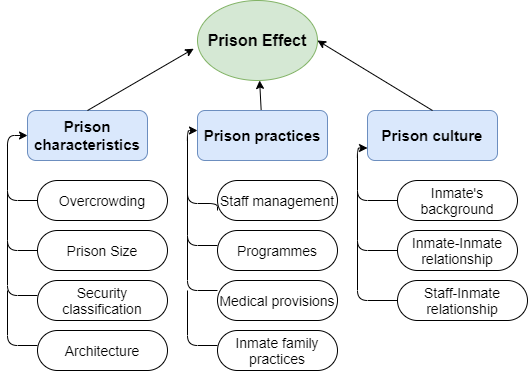
This is figures/prison effect.png from A-mora/Crim-chile, a draw.io export, as it was before one commit. Source tidied: cells renumbered, new cells last; positions are measured from the earlier drawing's top-left corner, leaving out a move shared by most shapes. Its diagram source:
```xml
<mxGraphModel>
  <root>
    <mxCell id="0" />
    <mxCell id="1" parent="0" />
    <mxCell id="2" value="&lt;b&gt;&lt;font style=&quot;font-size: 16px&quot;&gt;Prison Effect&lt;/font&gt;&lt;/b&gt;" style="ellipse;whiteSpace=wrap;html=1;fillColor=#d5e8d4;strokeColor=#82b366;" parent="1" vertex="1">
      <mxGeometry x="190" width="120" height="80" as="geometry" />
    </mxCell>
    <mxCell id="3" value="&lt;b&gt;&lt;font style=&quot;font-size: 15px&quot;&gt;Prison characteristics&lt;/font&gt;&lt;/b&gt;" style="rounded=1;whiteSpace=wrap;html=1;arcSize=17;fillColor=#dae8fc;strokeColor=#6c8ebf;" parent="1" vertex="1">
      <mxGeometry x="20" y="110" width="120" height="50" as="geometry" />
    </mxCell>
    <mxCell id="4" style="edgeStyle=none;rounded=0;jettySize=auto;html=1;" parent="1" edge="1" source="5" target="2">
      <mxGeometry relative="1" as="geometry" />
    </mxCell>
    <mxCell id="5" value="&lt;b&gt;&lt;font style=&quot;font-size: 15px&quot;&gt;Prison practices&lt;/font&gt;&lt;/b&gt;" style="rounded=1;whiteSpace=wrap;html=1;fillColor=#dae8fc;strokeColor=#6c8ebf;" parent="1" vertex="1">
      <mxGeometry x="190" y="110" width="130" height="50" as="geometry" />
    </mxCell>
    <mxCell id="6" value="&lt;b&gt;&lt;font style=&quot;font-size: 15px&quot;&gt;Prison culture&lt;/font&gt;&lt;/b&gt;" style="rounded=1;whiteSpace=wrap;html=1;fillColor=#dae8fc;strokeColor=#6c8ebf;" parent="1" vertex="1">
      <mxGeometry x="360" y="110" width="130" height="50" as="geometry" />
    </mxCell>
    <mxCell id="7" style="endArrow=classic;html=1;exitX=0.5;exitY=0;exitDx=0;exitDy=0;entryX=-0.032;entryY=0.603;entryDx=0;entryDy=0;entryPerimeter=0;" parent="1" edge="1" source="3" target="2">
      <mxGeometry relative="1" as="geometry" />
    </mxCell>
    <mxCell id="8" style="endArrow=classic;html=1;exitX=0.5;exitY=0;exitDx=0;exitDy=0;entryX=1;entryY=0.5;entryDx=0;entryDy=0;" parent="1" edge="1" source="6" target="2">
      <mxGeometry relative="1" as="geometry" />
    </mxCell>
    <mxCell id="9" value="&lt;font style=&quot;font-size: 14px&quot;&gt;Security classification&lt;/font&gt;" style="rounded=1;whiteSpace=wrap;html=1;arcSize=50;" parent="1" vertex="1">
      <mxGeometry x="30" y="280" width="130" height="40" as="geometry" />
    </mxCell>
    <mxCell id="10" style="edgeStyle=orthogonalEdgeStyle;rounded=1;jettySize=auto;html=1;exitX=0;exitY=0.5;exitDx=0;exitDy=0;entryX=0;entryY=0.5;entryDx=0;entryDy=0;" parent="1" edge="1" source="11" target="3">
      <mxGeometry relative="1" as="geometry" />
    </mxCell>
    <mxCell id="11" value="&lt;font style=&quot;font-size: 14px&quot;&gt;Overcrowding&lt;/font&gt;" style="rounded=1;whiteSpace=wrap;html=1;arcSize=50;" parent="1" vertex="1">
      <mxGeometry x="30" y="180" width="130" height="40" as="geometry" />
    </mxCell>
    <mxCell id="12" value="&lt;font style=&quot;font-size: 14px&quot;&gt;Prison Size&lt;/font&gt;" style="rounded=1;whiteSpace=wrap;html=1;arcSize=50;" parent="1" vertex="1">
      <mxGeometry x="30" y="230" width="130" height="40" as="geometry" />
    </mxCell>
    <mxCell id="13" value="&lt;font style=&quot;font-size: 14px&quot;&gt;Architecture&lt;/font&gt;" style="rounded=1;whiteSpace=wrap;html=1;arcSize=50;" parent="1" vertex="1">
      <mxGeometry x="30" y="330" width="130" height="40" as="geometry" />
    </mxCell>
    <mxCell id="14" value="&lt;font style=&quot;font-size: 14px&quot;&gt;Staff management&lt;/font&gt;" style="rounded=1;whiteSpace=wrap;html=1;arcSize=50;" parent="1" vertex="1">
      <mxGeometry x="210" y="180" width="120" height="40" as="geometry" />
    </mxCell>
    <mxCell id="15" value="&lt;font style=&quot;font-size: 14px&quot;&gt;Programmes&lt;/font&gt;" style="rounded=1;whiteSpace=wrap;html=1;arcSize=50;" parent="1" vertex="1">
      <mxGeometry x="210" y="230" width="120" height="40" as="geometry" />
    </mxCell>
    <mxCell id="16" value="&lt;font style=&quot;font-size: 14px&quot;&gt;Medical provisions&lt;/font&gt;" style="rounded=1;whiteSpace=wrap;html=1;arcSize=50;" parent="1" vertex="1">
      <mxGeometry x="210" y="280" width="120" height="40" as="geometry" />
    </mxCell>
    <mxCell id="17" value="&lt;font style=&quot;font-size: 14px&quot;&gt;Inmate family practices&lt;/font&gt;" style="rounded=1;whiteSpace=wrap;html=1;arcSize=50;" parent="1" vertex="1">
      <mxGeometry x="210" y="330" width="120" height="40" as="geometry" />
    </mxCell>
    <mxCell id="18" value="&lt;font style=&quot;font-size: 14px&quot;&gt;Inmate's background&lt;/font&gt;" style="rounded=1;whiteSpace=wrap;html=1;arcSize=50;" parent="1" vertex="1">
      <mxGeometry x="390" y="180" width="120" height="40" as="geometry" />
    </mxCell>
    <mxCell id="19" value="&lt;font style=&quot;font-size: 14px&quot;&gt;Inmate-Inmate relationship&lt;/font&gt;" style="rounded=1;whiteSpace=wrap;html=1;arcSize=50;" parent="1" vertex="1">
      <mxGeometry x="390" y="230" width="120" height="40" as="geometry" />
    </mxCell>
    <mxCell id="20" value="&lt;font style=&quot;font-size: 14px&quot;&gt;Staff-Inmate relationship&lt;/font&gt;" style="rounded=1;whiteSpace=wrap;html=1;arcSize=50;" parent="1" vertex="1">
      <mxGeometry x="390" y="280" width="130" height="40" as="geometry" />
    </mxCell>
    <mxCell id="21" style="endArrow=none;html=1;edgeStyle=orthogonalEdgeStyle;exitX=0;exitY=0.5;exitDx=0;exitDy=0;rounded=1;" parent="1" edge="1" source="12">
      <mxGeometry relative="1" as="geometry">
        <mxPoint y="190" as="targetPoint" />
      </mxGeometry>
    </mxCell>
    <mxCell id="22" style="endArrow=classic;html=1;exitX=0;exitY=0.75;exitDx=0;exitDy=0;edgeStyle=orthogonalEdgeStyle;" parent="1" edge="1" source="14">
      <mxGeometry relative="1" as="geometry">
        <mxPoint x="190" y="130" as="targetPoint" />
        <Array as="points">
          <mxPoint x="180" y="203" />
          <mxPoint x="180" y="130" />
        </Array>
      </mxGeometry>
    </mxCell>
    <mxCell id="23" style="endArrow=none;html=1;edgeStyle=orthogonalEdgeStyle;exitX=0;exitY=0.5;exitDx=0;exitDy=0;rounded=1;" parent="1" edge="1">
      <mxGeometry relative="1" as="geometry">
        <mxPoint x="30" y="295" as="sourcePoint" />
        <mxPoint y="240" as="targetPoint" />
      </mxGeometry>
    </mxCell>
    <mxCell id="24" style="endArrow=none;html=1;edgeStyle=orthogonalEdgeStyle;exitX=0;exitY=0.5;exitDx=0;exitDy=0;rounded=1;" parent="1" edge="1">
      <mxGeometry relative="1" as="geometry">
        <mxPoint x="30" y="345" as="sourcePoint" />
        <mxPoint y="290" as="targetPoint" />
      </mxGeometry>
    </mxCell>
    <mxCell id="25" style="endArrow=none;html=1;edgeStyle=orthogonalEdgeStyle;exitX=0;exitY=0.5;exitDx=0;exitDy=0;rounded=1;" parent="1" edge="1">
      <mxGeometry relative="1" as="geometry">
        <mxPoint x="210" y="245" as="sourcePoint" />
        <mxPoint x="180" y="190" as="targetPoint" />
      </mxGeometry>
    </mxCell>
    <mxCell id="26" style="endArrow=none;html=1;edgeStyle=orthogonalEdgeStyle;exitX=0;exitY=0.5;exitDx=0;exitDy=0;rounded=1;" parent="1" edge="1">
      <mxGeometry relative="1" as="geometry">
        <mxPoint x="210" y="290" as="sourcePoint" />
        <mxPoint x="180" y="235" as="targetPoint" />
      </mxGeometry>
    </mxCell>
    <mxCell id="27" style="endArrow=none;html=1;edgeStyle=orthogonalEdgeStyle;exitX=0;exitY=0.5;exitDx=0;exitDy=0;rounded=1;" parent="1" edge="1">
      <mxGeometry relative="1" as="geometry">
        <mxPoint x="210" y="345" as="sourcePoint" />
        <mxPoint x="180" y="290" as="targetPoint" />
      </mxGeometry>
    </mxCell>
    <mxCell id="28" style="endArrow=classic;html=1;entryX=0;entryY=0.75;entryDx=0;entryDy=0;exitX=0;exitY=0.5;exitDx=0;exitDy=0;edgeStyle=orthogonalEdgeStyle;" parent="1" edge="1" source="18" target="6">
      <mxGeometry relative="1" as="geometry" />
    </mxCell>
    <mxCell id="29" style="endArrow=none;html=1;exitX=0;exitY=0.5;exitDx=0;exitDy=0;edgeStyle=orthogonalEdgeStyle;" parent="1" edge="1" source="19">
      <mxGeometry relative="1" as="geometry">
        <mxPoint x="350" y="190" as="targetPoint" />
      </mxGeometry>
    </mxCell>
    <mxCell id="30" style="endArrow=none;html=1;exitX=0;exitY=0.5;exitDx=0;exitDy=0;edgeStyle=orthogonalEdgeStyle;" parent="1" edge="1" source="20">
      <mxGeometry relative="1" as="geometry">
        <mxPoint x="350" y="240" as="targetPoint" />
      </mxGeometry>
    </mxCell>
  </root>
</mxGraphModel>
```
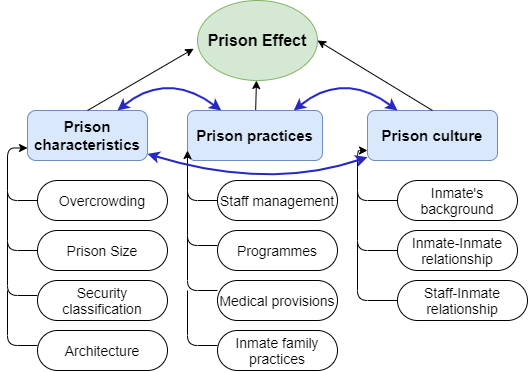
After the commit.

Change to the diagram source:
```diff
@@ -12,7 +12,7 @@
       <mxGeometry relative="1" as="geometry" />
     </mxCell>
     <mxCell id="5" value="&lt;b&gt;&lt;font style=&quot;font-size: 15px&quot;&gt;Prison practices&lt;/font&gt;&lt;/b&gt;" style="rounded=1;whiteSpace=wrap;html=1;fillColor=#dae8fc;strokeColor=#6c8ebf;" parent="1" vertex="1">
-      <mxGeometry x="190" y="110" width="130" height="50" as="geometry" />
+      <mxGeometry x="180" y="110" width="135" height="50" as="geometry" />
     </mxCell>
     <mxCell id="6" value="&lt;b&gt;&lt;font style=&quot;font-size: 15px&quot;&gt;Prison culture&lt;/font&gt;&lt;/b&gt;" style="rounded=1;whiteSpace=wrap;html=1;fillColor=#dae8fc;strokeColor=#6c8ebf;" parent="1" vertex="1">
       <mxGeometry x="360" y="110" width="130" height="50" as="geometry" />
@@ -26,7 +26,7 @@
     <mxCell id="9" value="&lt;font style=&quot;font-size: 14px&quot;&gt;Security classification&lt;/font&gt;" style="rounded=1;whiteSpace=wrap;html=1;arcSize=50;" parent="1" vertex="1">
       <mxGeometry x="30" y="280" width="130" height="40" as="geometry" />
     </mxCell>
-    <mxCell id="10" style="edgeStyle=orthogonalEdgeStyle;rounded=1;jettySize=auto;html=1;exitX=0;exitY=0.5;exitDx=0;exitDy=0;entryX=0;entryY=0.5;entryDx=0;entryDy=0;" parent="1" edge="1" source="11" target="3">
+    <mxCell id="10" style="edgeStyle=orthogonalEdgeStyle;rounded=1;jettySize=auto;html=1;exitX=0;exitY=0.5;exitDx=0;exitDy=0;entryX=0;entryY=0.75;entryDx=0;entryDy=0;" parent="1" edge="1" source="11" target="3">
       <mxGeometry relative="1" as="geometry" />
     </mxCell>
     <mxCell id="11" value="&lt;font style=&quot;font-size: 14px&quot;&gt;Overcrowding&lt;/font&gt;" style="rounded=1;whiteSpace=wrap;html=1;arcSize=50;" parent="1" vertex="1">
@@ -64,15 +64,6 @@
         <mxPoint y="190" as="targetPoint" />
       </mxGeometry>
     </mxCell>
-    <mxCell id="22" style="endArrow=classic;html=1;exitX=0;exitY=0.75;exitDx=0;exitDy=0;edgeStyle=orthogonalEdgeStyle;" parent="1" edge="1" source="14">
-      <mxGeometry relative="1" as="geometry">
-        <mxPoint x="190" y="130" as="targetPoint" />
-        <Array as="points">
-          <mxPoint x="180" y="203" />
-          <mxPoint x="180" y="130" />
-        </Array>
-      </mxGeometry>
-    </mxCell>
     <mxCell id="23" style="endArrow=none;html=1;edgeStyle=orthogonalEdgeStyle;exitX=0;exitY=0.5;exitDx=0;exitDy=0;rounded=1;" parent="1" edge="1">
       <mxGeometry relative="1" as="geometry">
         <mxPoint x="30" y="295" as="sourcePoint" />
@@ -103,7 +94,7 @@
         <mxPoint x="180" y="290" as="targetPoint" />
       </mxGeometry>
     </mxCell>
-    <mxCell id="28" style="endArrow=classic;html=1;entryX=0;entryY=0.75;entryDx=0;entryDy=0;exitX=0;exitY=0.5;exitDx=0;exitDy=0;edgeStyle=orthogonalEdgeStyle;" parent="1" edge="1" source="18" target="6">
+    <mxCell id="28" style="endArrow=classic;html=1;exitX=0;exitY=0.5;exitDx=0;exitDy=0;edgeStyle=orthogonalEdgeStyle;entryX=0;entryY=0.8;entryDx=0;entryDy=0;entryPerimeter=0;" parent="1" edge="1" source="18" target="6">
       <mxGeometry relative="1" as="geometry" />
     </mxCell>
     <mxCell id="29" style="endArrow=none;html=1;exitX=0;exitY=0.5;exitDx=0;exitDy=0;edgeStyle=orthogonalEdgeStyle;" parent="1" edge="1" source="19">
@@ -116,5 +107,40 @@
         <mxPoint x="350" y="240" as="targetPoint" />
       </mxGeometry>
     </mxCell>
+    <mxCell id="31" style="endArrow=classic;startArrow=classic;html=1;edgeStyle=orthogonalEdgeStyle;strokeColor=none;rounded=1;" parent="1" edge="1">
+      <mxGeometry relative="1" as="geometry">
+        <mxPoint x="310" y="90" as="sourcePoint" />
+        <mxPoint x="360" y="90.5" as="targetPoint" />
+      </mxGeometry>
+    </mxCell>
+    <mxCell id="32" style="endArrow=classic;html=1;exitX=0;exitY=0.5;exitDx=0;exitDy=0;edgeStyle=orthogonalEdgeStyle;" parent="1" edge="1">
+      <mxGeometry relative="1" as="geometry">
+        <mxPoint x="210" y="200" as="sourcePoint" />
+        <mxPoint x="180" y="150" as="targetPoint" />
+      </mxGeometry>
+    </mxCell>
+    <mxCell id="33" style="endArrow=classic;startArrow=classic;html=1;strokeColor=#2727C4;curved=1;entryX=0.25;entryY=0;entryDx=0;entryDy=0;exitX=0.75;exitY=0;exitDx=0;exitDy=0;strokeWidth=2;" parent="1" edge="1" source="3" target="5">
+      <mxGeometry relative="1" as="geometry">
+        <Array as="points">
+          <mxPoint x="160" y="70" />
+        </Array>
+      </mxGeometry>
+    </mxCell>
+    <mxCell id="34" style="endArrow=classic;startArrow=classic;html=1;strokeColor=#2727C4;curved=1;entryX=0.25;entryY=0;entryDx=0;entryDy=0;exitX=0.75;exitY=0;exitDx=0;exitDy=0;strokeWidth=2;" parent="1" edge="1">
+      <mxGeometry relative="1" as="geometry">
+        <mxPoint x="286.2" y="110" as="sourcePoint" />
+        <mxPoint x="390" y="110" as="targetPoint" />
+        <Array as="points">
+          <mxPoint x="336.2" y="70" />
+        </Array>
+      </mxGeometry>
+    </mxCell>
+    <mxCell id="35" style="endArrow=classic;startArrow=classic;html=1;strokeColor=#2727C4;curved=1;strokeWidth=2;" parent="1" edge="1" source="3" target="6">
+      <mxGeometry relative="1" as="geometry">
+        <Array as="points">
+          <mxPoint x="260" y="190" />
+        </Array>
+      </mxGeometry>
+    </mxCell>
   </root>
 </mxGraphModel>
```
